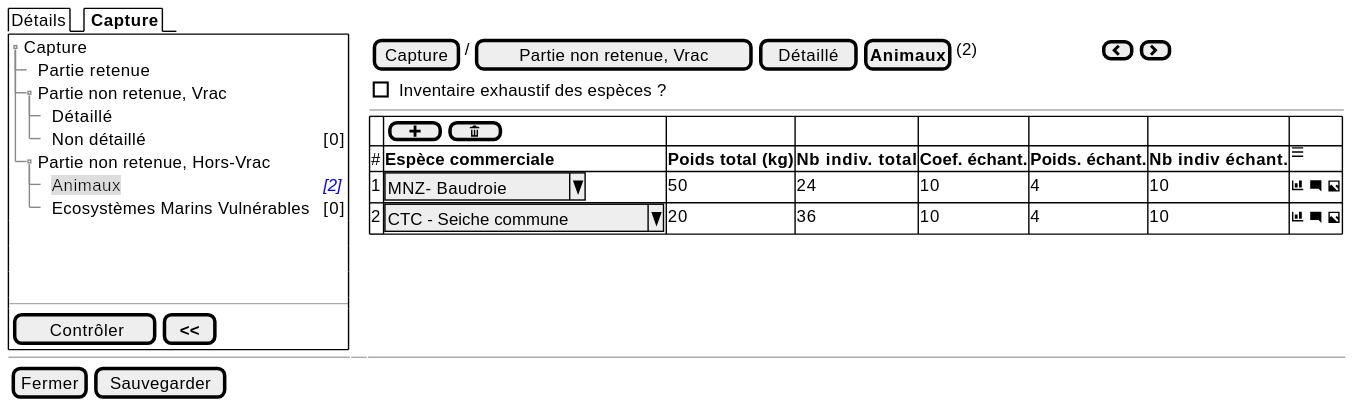
The PlantUML diagram projects/obsmer/spe/images/batch/batch-tree-PNR-HVRAC-ANI.svg in sumaris-net/sumaris-doc, before a commit. Its source is kept beside it as projects/obsmer/spe/images/batch/batch-tree-PNR-HVRAC-ANI.puml. Source of this version:
```plantuml
@startsalt
{
  {/ Détails | <b> Capture }
  {+
   {T
       + Capture
       ++ Partie retenue
       ++ Partie non retenue, Vrac
       +++ Détaillé
       +++ Non détaillé | <color:black>[0]
       ++ Partie non retenue, Hors-Vrac
       +++ <back:#DDD>Animaux | <i><color:blue>[2]
       +++ Ecosystèmes Marins Vulnérables | <color:black>[0]
   }
    .
    .
    .
   --
   {
      [<&checkmark> Contrôler] | [ <b><< ]
   }
  } | . | {
    { [Capture] | / | [Partie non retenue, Vrac] | [Détaillé] | [<b>Animaux] | (2) | . | . | . | . | . | . | . | . | . | . | . | . | . | . | . | . | . | { [<&chevron-left>] | [<&chevron-right>] } }

    { [ ] Inventaire exhaustif des espèces ? }
    ---
    {#
          . | {[ <&plus> ] | [ <&trash> ] }  | . | . | . | . | .
          # | <b>Espèce commerciale  | <b>Poids total (kg)     |  <b>Nb indiv. total  | <b>Coef. échant. | <b>Poids. échant. | <b>Nb indiv échant. | <&menu>
          1 | ^MNZ- Baudroie   ^ |  50   |  24   |   10          | 4 | 10 | <&bar-chart> <&comment-square> <&image>
          2 | ^CTC - Seiche commune   ^ |  20   |  36   |   10          | 4 | 10 | <&bar-chart> <&comment-square> <&image>
        }
  }

  -- | -- | --
  { [Fermer] | [Sauvegarder] }
}
@endsalt
```
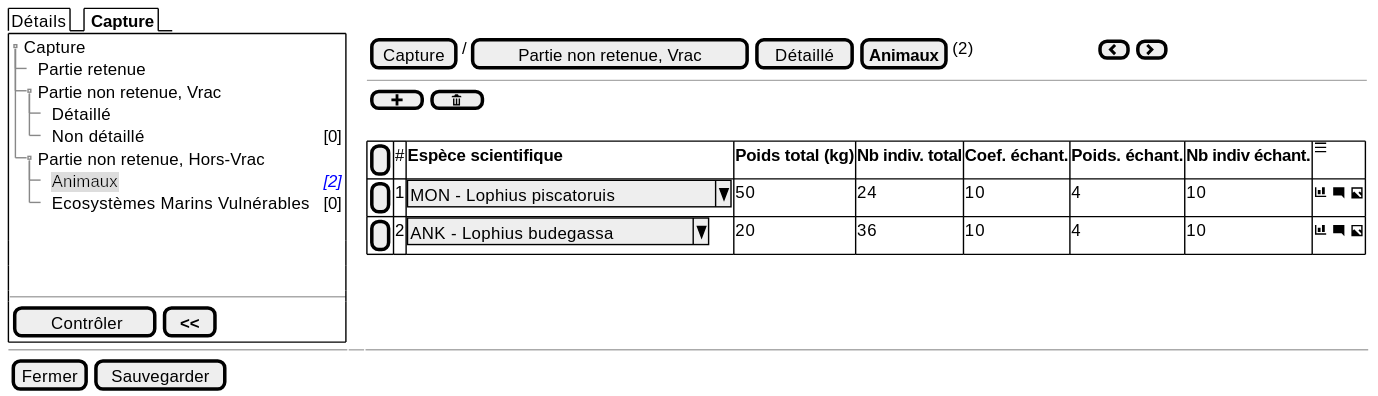
Later version of the same file.

Change to the diagram source:
```diff
@@ -21,14 +21,14 @@
    }
   } | . | {
     { [Capture] | / | [Partie non retenue, Vrac] | [Détaillé] | [<b>Animaux] | (2) | . | . | . | . | . | . | . | . | . | . | . | . | . | . | . | . | . | { [<&chevron-left>] | [<&chevron-right>] } }
+    ---
+  {[ <&plus> ] | [ <&trash> ] }
+  .
+    {#
 
-    { [ ] Inventaire exhaustif des espèces ? }
-    ---
-    {#
-          . | {[ <&plus> ] | [ <&trash> ] }  | . | . | . | . | .
-          # | <b>Espèce commerciale  | <b>Poids total (kg)     |  <b>Nb indiv. total  | <b>Coef. échant. | <b>Poids. échant. | <b>Nb indiv échant. | <&menu>
-          1 | ^MNZ- Baudroie   ^ |  50   |  24   |   10          | 4 | 10 | <&bar-chart> <&comment-square> <&image>
-          2 | ^CTC - Seiche commune   ^ |  20   |  36   |   10          | 4 | 10 | <&bar-chart> <&comment-square> <&image>
+          [ ] | # | <b>Espèce scientifique  | <b>Poids total (kg)     |  <b>Nb indiv. total  | <b>Coef. échant. | <b>Poids. échant. | <b>Nb indiv échant. | <&menu>
+          [ ] | 1 | ^MON - Lophius piscatoruis  ^ |  50   |  24   |   10          | 4 | 10 | <&bar-chart> <&comment-square> <&image>
+          [ ] | 2 | ^ANK - Lophius budegassa  ^ |  20   |  36   |   10          | 4 | 10 | <&bar-chart> <&comment-square> <&image>
         }
   }
 
```
